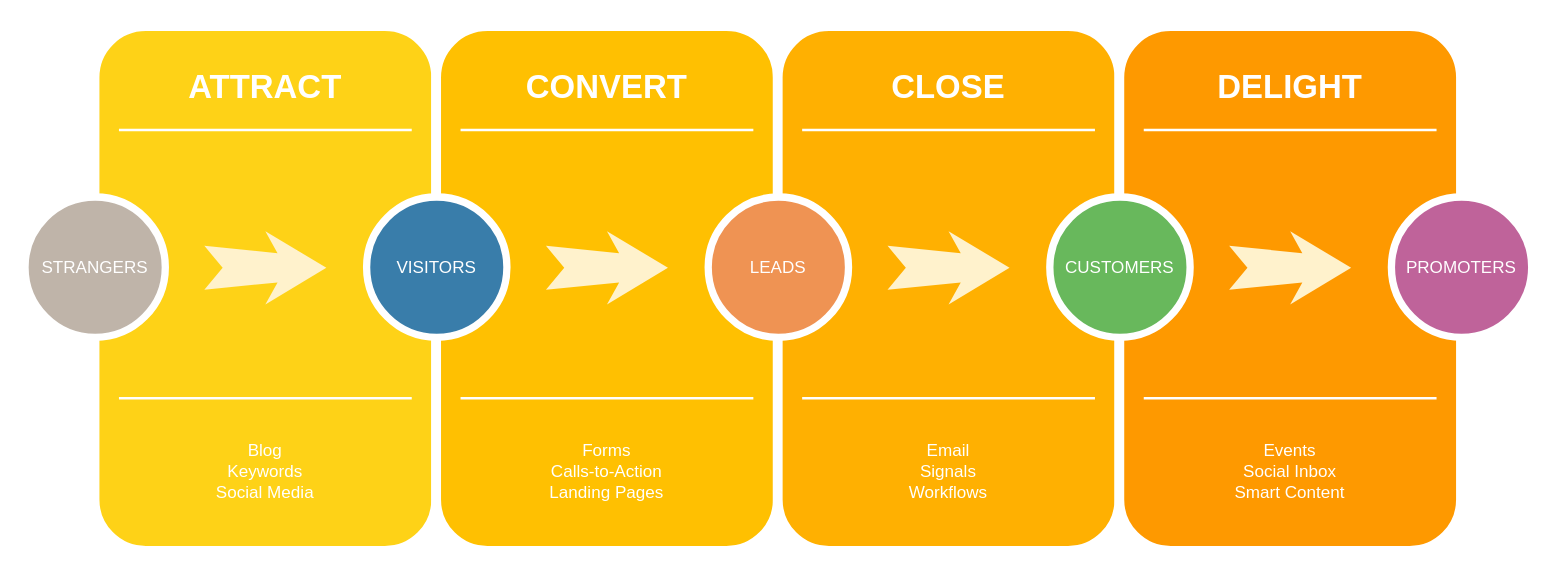
Before: Insurance.drawio in manjeetjava/Diagrams, a draw.io diagram. Source tidied: cells renumbered, new cells numbered last; positions are measured from the earlier drawing's top-left corner, leaving out a move shared by most shapes. Both pictures are drawn from the tidied source at 122%, with x=0, y=0 at pixel (24, 26).
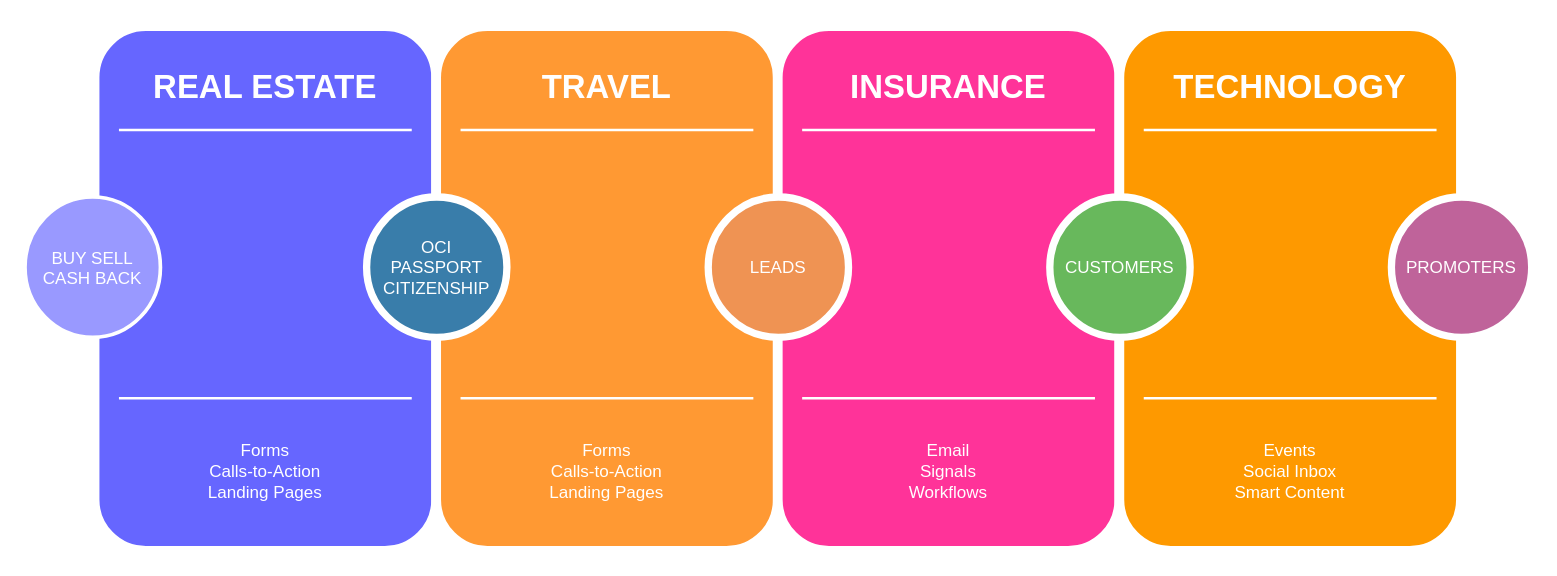
After the change.

Change to the diagram source:
```diff
@@
-    <mxCell id="2" style="whiteSpace=wrap;html=1;rounded=1;shadow=0;strokeWidth=8;fontSize=20;align=center;fillColor=#FED217;strokeColor=#FFFFFF;" parent="1" vertex="1">
+    <mxCell id="2" style="whiteSpace=wrap;html=1;rounded=1;shadow=0;strokeWidth=8;fontSize=20;align=center;fillColor=#6666FF;strokeColor=#FFFFFF;" parent="1" vertex="1">
       <mxGeometry x="57" width="280" height="430" as="geometry" />
     </mxCell>
-    <mxCell id="3" value="ATTRACT" style="text;html=1;strokeColor=none;fillColor=none;align=center;verticalAlign=middle;whiteSpace=wrap;rounded=0;shadow=0;fontSize=27;fontColor=#FFFFFF;fontStyle=1;" parent="1" vertex="1">
+    <mxCell id="3" value="REAL ESTATE" style="text;html=1;strokeColor=none;fillColor=none;align=center;verticalAlign=middle;whiteSpace=wrap;rounded=0;shadow=0;fontSize=27;fontColor=#FFFFFF;fontStyle=1;" parent="1" vertex="1">
       <mxGeometry x="57" y="20" width="280" height="60" as="geometry" />
     </mxCell>
-    <mxCell id="4" value="Blog&lt;div&gt;Keywords&lt;/div&gt;&lt;div&gt;Social Media&lt;/div&gt;" style="text;html=1;strokeColor=none;fillColor=none;align=center;verticalAlign=middle;whiteSpace=wrap;rounded=0;shadow=0;fontSize=14;fontColor=#FFFFFF;" parent="1" vertex="1">
-      <mxGeometry x="57" y="320" width="280" height="90" as="geometry" />
-    </mxCell>
@@
-    <mxCell id="7" value="STRANGERS" style="ellipse;whiteSpace=wrap;html=1;rounded=0;shadow=0;strokeWidth=6;fontSize=14;align=center;fillColor=#BFB4A9;strokeColor=#FFFFFF;fontColor=#FFFFFF;" parent="1" vertex="1">
-      <mxGeometry y="140" width="115" height="115" as="geometry" />
+    <mxCell id="7" value="BUY SELL &lt;br&gt;CASH BACK" style="ellipse;whiteSpace=wrap;html=1;rounded=0;shadow=0;strokeWidth=3;fontSize=14;align=center;fillColor=#9999FF;strokeColor=#FFFFFF;fontColor=#FFFFFF;" parent="1" vertex="1">
+      <mxGeometry y="140" width="111" height="115" as="geometry" />
     </mxCell>
-    <mxCell id="8" style="html=1;shadow=0;dashed=0;align=center;verticalAlign=middle;shape=mxgraph.arrows2.stylisedArrow;dy=0.6;dx=40;notch=15;feather=0.4;rounded=0;strokeWidth=1;fontSize=27;strokeColor=none;fillColor=#fff2cc;" parent="1" vertex="1">
-      <mxGeometry x="147" y="168" width="100" height="60" as="geometry" />
-    </mxCell>
-    <mxCell id="9" style="whiteSpace=wrap;html=1;rounded=1;shadow=0;strokeWidth=8;fontSize=20;align=center;fillColor=#FFC001;strokeColor=#FFFFFF;" parent="1" vertex="1">
+    <mxCell id="9" style="whiteSpace=wrap;html=1;rounded=1;shadow=0;strokeWidth=8;fontSize=20;align=center;fillColor=#FF9933;strokeColor=#FFFFFF;" parent="1" vertex="1">
       <mxGeometry x="337" width="280" height="430" as="geometry" />
     </mxCell>
-    <mxCell id="10" value="CONVERT" style="text;html=1;strokeColor=none;fillColor=none;align=center;verticalAlign=middle;whiteSpace=wrap;rounded=0;shadow=0;fontSize=27;fontColor=#FFFFFF;fontStyle=1;" parent="1" vertex="1">
+    <mxCell id="10" value="TRAVEL" style="text;html=1;strokeColor=none;fillColor=none;align=center;verticalAlign=middle;whiteSpace=wrap;rounded=0;shadow=0;fontSize=27;fontColor=#FFFFFF;fontStyle=1;" parent="1" vertex="1">
       <mxGeometry x="337" y="20" width="280" height="60" as="geometry" />
     </mxCell>
@@
-    <mxCell id="14" value="VISITORS" style="ellipse;whiteSpace=wrap;html=1;rounded=0;shadow=0;strokeWidth=6;fontSize=14;align=center;fillColor=#397DAA;strokeColor=#FFFFFF;fontColor=#FFFFFF;" parent="1" vertex="1">
+    <mxCell id="14" value="OCI&lt;br&gt;PASSPORT&lt;br&gt;CITIZENSHIP" style="ellipse;whiteSpace=wrap;html=1;rounded=0;shadow=0;strokeWidth=6;fontSize=14;align=center;fillColor=#397DAA;strokeColor=#FFFFFF;fontColor=#FFFFFF;" parent="1" vertex="1">
       <mxGeometry x="280" y="140" width="115" height="115" as="geometry" />
     </mxCell>
-    <mxCell id="15" style="html=1;shadow=0;dashed=0;align=center;verticalAlign=middle;shape=mxgraph.arrows2.stylisedArrow;dy=0.6;dx=40;notch=15;feather=0.4;rounded=0;strokeWidth=1;fontSize=27;strokeColor=none;fillColor=#fff2cc;" parent="1" vertex="1">
-      <mxGeometry x="427" y="168" width="100" height="60" as="geometry" />
-    </mxCell>
-    <mxCell id="16" style="whiteSpace=wrap;html=1;rounded=1;shadow=0;strokeWidth=8;fontSize=20;align=center;fillColor=#FFB001;strokeColor=#FFFFFF;" parent="1" vertex="1">
+    <mxCell id="16" style="whiteSpace=wrap;html=1;rounded=1;shadow=0;strokeWidth=8;fontSize=20;align=center;fillColor=#FF3399;strokeColor=#FFFFFF;" parent="1" vertex="1">
       <mxGeometry x="617" width="280" height="430" as="geometry" />
     </mxCell>
-    <mxCell id="17" value="CLOSE" style="text;html=1;strokeColor=none;fillColor=none;align=center;verticalAlign=middle;whiteSpace=wrap;rounded=0;shadow=0;fontSize=27;fontColor=#FFFFFF;fontStyle=1;" parent="1" vertex="1">
+    <mxCell id="17" value="INSURANCE" style="text;html=1;strokeColor=none;fillColor=none;align=center;verticalAlign=middle;whiteSpace=wrap;rounded=0;shadow=0;fontSize=27;fontColor=#FFFFFF;fontStyle=1;" parent="1" vertex="1">
       <mxGeometry x="617" y="20" width="280" height="60" as="geometry" />
     </mxCell>
@@
-    <mxCell id="22" style="html=1;shadow=0;dashed=0;align=center;verticalAlign=middle;shape=mxgraph.arrows2.stylisedArrow;dy=0.6;dx=40;notch=15;feather=0.4;rounded=0;strokeWidth=1;fontSize=27;strokeColor=none;fillColor=#fff2cc;" parent="1" vertex="1">
-      <mxGeometry x="707" y="168" width="100" height="60" as="geometry" />
-    </mxCell>
@@
-    <mxCell id="24" value="DELIGHT" style="text;html=1;strokeColor=none;fillColor=none;align=center;verticalAlign=middle;whiteSpace=wrap;rounded=0;shadow=0;fontSize=27;fontColor=#FFFFFF;fontStyle=1;" parent="1" vertex="1">
+    <mxCell id="24" value="TECHNOLOGY" style="text;html=1;strokeColor=none;fillColor=none;align=center;verticalAlign=middle;whiteSpace=wrap;rounded=0;shadow=0;fontSize=27;fontColor=#FFFFFF;fontStyle=1;" parent="1" vertex="1">
       <mxGeometry x="897" y="20" width="280" height="60" as="geometry" />
     </mxCell>
@@
-    <mxCell id="29" style="html=1;shadow=0;dashed=0;align=center;verticalAlign=middle;shape=mxgraph.arrows2.stylisedArrow;dy=0.6;dx=40;notch=15;feather=0.4;rounded=0;strokeWidth=1;fontSize=27;strokeColor=none;fillColor=#fff2cc;" parent="1" vertex="1">
-      <mxGeometry x="987" y="168" width="100" height="60" as="geometry" />
-    </mxCell>
@@
+    <mxCell id="31" value="Forms&lt;div&gt;Calls-to-Action&lt;/div&gt;&lt;div&gt;Landing Pages&lt;/div&gt;" style="text;html=1;strokeColor=none;fillColor=none;align=center;verticalAlign=middle;whiteSpace=wrap;rounded=0;shadow=0;fontSize=14;fontColor=#FFFFFF;" parent="1" vertex="1">
+      <mxGeometry x="57" y="320" width="280" height="90" as="geometry" />
+    </mxCell>
```
